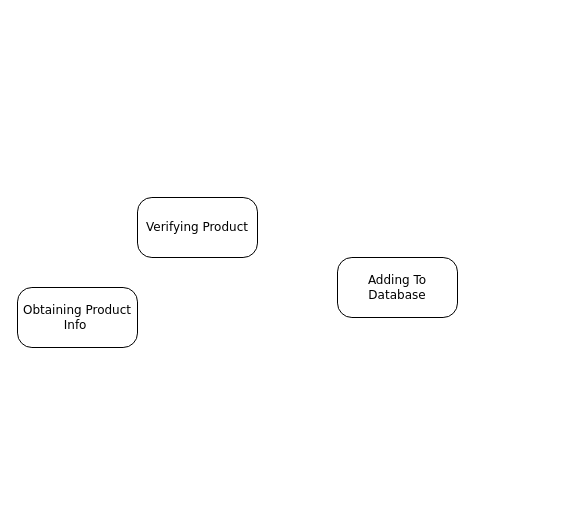
Earlier version of the draw.io diagram page "Scanning" (2 of 2) of Diagrams/StateDiagrams/Untitled Diagram.drawio (adam-25/Self-Checkout-System). Source tidied: cells renumbered, new cells numbered last; positions are measured from the earlier drawing's top-left corner, leaving out a move shared by most shapes. Both pictures are drawn from the tidied source at 100%, with x=0, y=0 at pixel (17, 197).
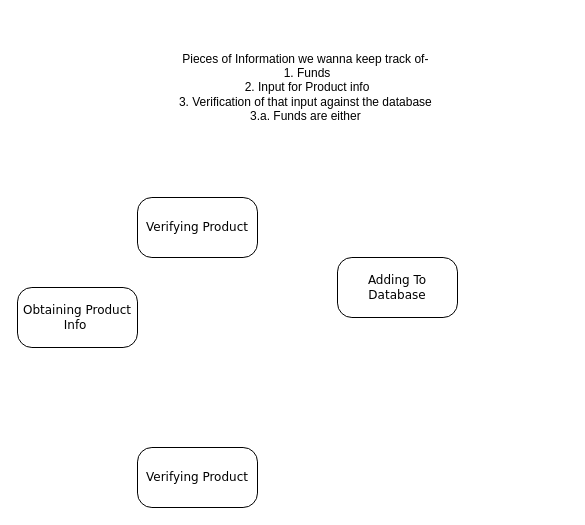
Above is the later version.

Diff of the diagram source:
```diff
@@
 <mxGraphModel>
   <root>
     <mxCell id="0" />
     <mxCell id="1" parent="0" />
     <mxCell id="2" value="Adding To Database" style="rounded=1;whiteSpace=wrap;html=1;arcSize=24;shadow=0;comic=0;labelBackgroundColor=none;fontFamily=Verdana;fontSize=12;align=center;" parent="1" vertex="1">
       <mxGeometry x="320" y="60" width="120" height="60" as="geometry" />
     </mxCell>
     <mxCell id="3" value="Verifying Product" style="rounded=1;whiteSpace=wrap;html=1;arcSize=24;shadow=0;comic=0;labelBackgroundColor=none;fontFamily=Verdana;fontSize=12;align=center;" parent="1" vertex="1">
       <mxGeometry x="120" width="120" height="60" as="geometry" />
     </mxCell>
     <mxCell id="4" value="Obtaining Product Info&amp;nbsp;" style="rounded=1;whiteSpace=wrap;html=1;arcSize=24;shadow=0;comic=0;labelBackgroundColor=none;fontFamily=Verdana;fontSize=12;align=center;" parent="1" vertex="1">
       <mxGeometry y="90" width="120" height="60" as="geometry" />
     </mxCell>
+    <mxCell id="5" value="Verifying Product" style="rounded=1;whiteSpace=wrap;html=1;arcSize=24;shadow=0;comic=0;labelBackgroundColor=none;fontFamily=Verdana;fontSize=12;align=center;" parent="1" vertex="1">
+      <mxGeometry x="120" y="250" width="120" height="60" as="geometry" />
+    </mxCell>
+    <mxCell id="6" value="Pieces of Information we wanna keep track of-&amp;nbsp;&lt;br&gt;1. Funds&lt;br&gt;2. Input for Product info&lt;br&gt;3. Verification of that input against the database&amp;nbsp;&lt;br&gt;3.a. Funds are either&amp;nbsp;" style="text;html=1;strokeColor=none;fillColor=none;align=center;verticalAlign=middle;whiteSpace=wrap;rounded=0;" parent="1" vertex="1">
+      <mxGeometry x="30" y="-180" width="520" height="140" as="geometry" />
+    </mxCell>
   </root>
 </mxGraphModel>
```
